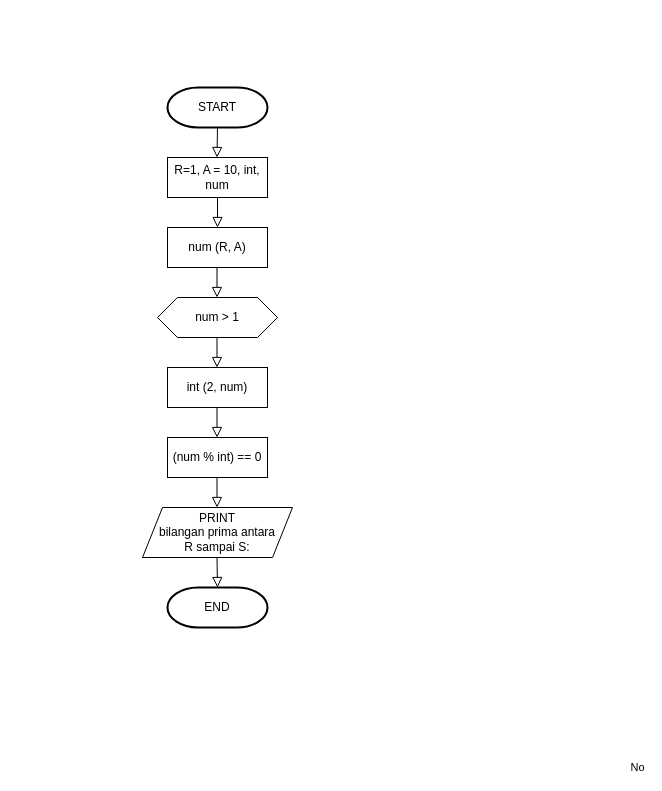
Above: Untitled Diagram.drawio in reza7angkasa/design-and-algorithm-analysis (draw.io), before the change. Source tidied: cells renumbered, new cells numbered last; positions are measured from the earlier drawing's top-left corner, leaving out a move shared by most shapes. Both pictures are drawn from the tidied source at 100%, with x=0, y=0 at pixel (142, 87).
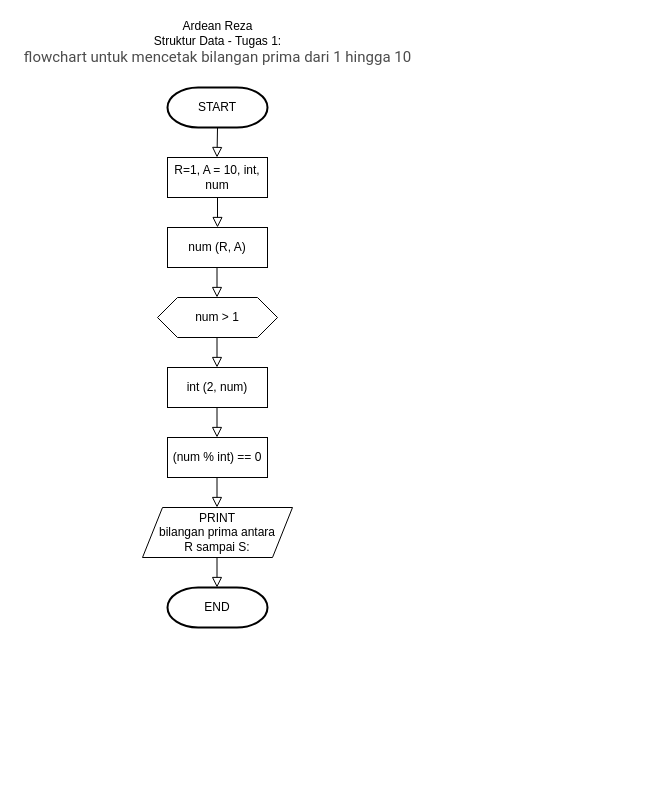
After the change.

The edit, as a diff of the source:
```diff
@@
-    <mxCell id="10" value="No" style="rounded=0;html=1;jettySize=auto;orthogonalLoop=1;fontSize=11;endArrow=block;endFill=0;endSize=8;strokeWidth=1;shadow=0;labelBackgroundColor=none;edgeStyle=orthogonalEdgeStyle;" parent="1" edge="1">
-      <mxGeometry x="1" y="457" relative="1" as="geometry">
-        <mxPoint x="74.5" y="470" as="sourcePoint" />
-        <mxPoint x="75" y="500" as="targetPoint" />
-        <mxPoint x="-37" y="188" as="offset" />
-      </mxGeometry>
-    </mxCell>
@@
+    <mxCell id="17" style="rounded=0;html=1;jettySize=auto;orthogonalLoop=1;fontSize=11;endArrow=block;endFill=0;endSize=8;strokeWidth=1;shadow=0;labelBackgroundColor=none;edgeStyle=orthogonalEdgeStyle;entryX=0.5;entryY=0;entryDx=0;entryDy=0;" parent="1" edge="1">
+      <mxGeometry relative="1" as="geometry">
+        <mxPoint x="74.5" y="470" as="sourcePoint" />
+        <mxPoint x="74.5" y="500" as="targetPoint" />
+      </mxGeometry>
+    </mxCell>
+    <mxCell id="18" value="Ardean Reza&lt;br&gt;Struktur Data - Tugas 1:&lt;br&gt;&lt;span style=&quot;color: rgb(76 , 76 , 76) ; font-family: &amp;#34;roboto&amp;#34; , sans-serif ; font-size: 15px ; text-align: left ; background-color: rgb(255 , 255 , 255)&quot;&gt;flowchart untuk mencetak bilangan prima dari 1 hingga 10&lt;/span&gt;" style="text;html=1;align=center;verticalAlign=middle;" parent="1" vertex="1">
+      <mxGeometry x="-125" y="-70" width="400" height="50" as="geometry" />
+    </mxCell>
```
